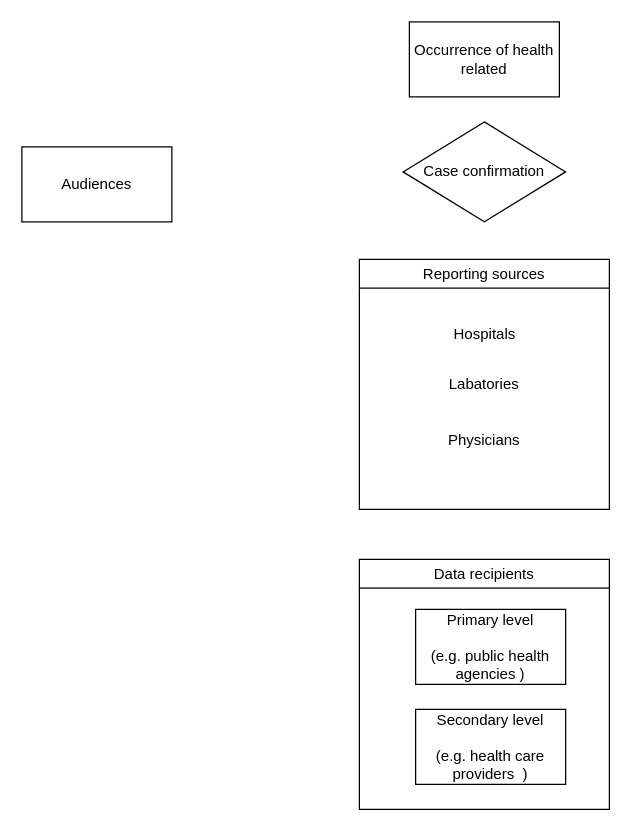
This is Untitled Diagram.drawio from shamarnelson/COMP214O-Project, a draw.io file, before an edit. Source tidied: cells renumbered, new cells numbered last; positions are measured from the earlier drawing's top-left corner, leaving out a move shared by most shapes. Both pictures are drawn from the tidied source at 125%, with x=0, y=0 at pixel (21, 21).
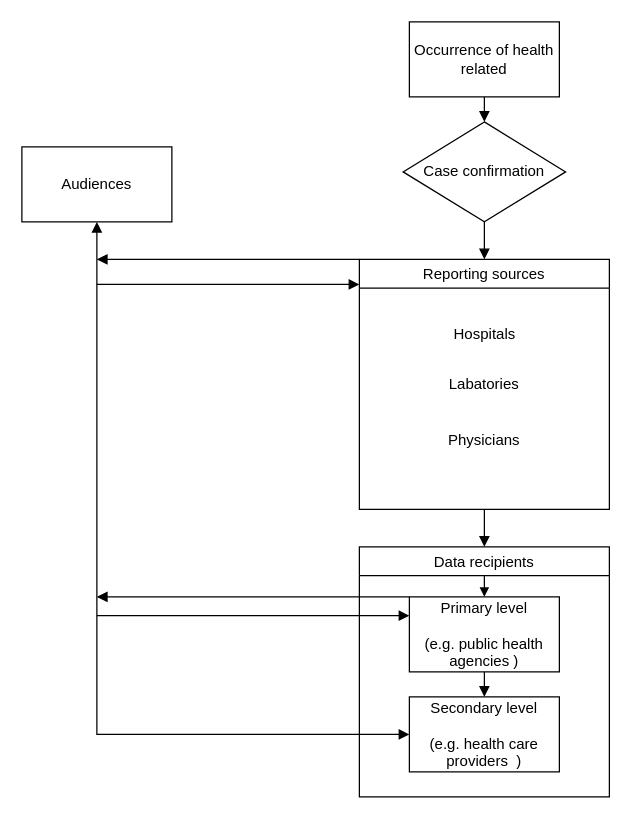
Above is the later version.

Unchanged cells that the change refers to:
```xml
<mxCell id="2" value="Occurrence of health related" style="rounded=0;whiteSpace=wrap;html=1;" parent="1" vertex="1">
  <mxGeometry x="310" width="120" height="60" as="geometry" />
</mxCell>
<mxCell id="6" value="Audiences" style="rounded=0;whiteSpace=wrap;html=1;" parent="1" vertex="1">
  <mxGeometry y="100" width="120" height="60" as="geometry" />
</mxCell>
<mxCell id="7" value="Case confirmation" style="rhombus;whiteSpace=wrap;html=1;" parent="1" vertex="1">
  <mxGeometry x="305" y="80" width="130" height="80" as="geometry" />
</mxCell>
<mxCell id="8" value="Reporting sources" style="swimlane;fontStyle=0;" parent="1" vertex="1">
  <mxGeometry x="270" y="190" width="200" height="200" as="geometry" />
</mxCell>
```

What changed in the source:
```diff
@@
     <mxCell id="3" value="Data recipients" style="swimlane;fontStyle=0;" parent="1" vertex="1">
-      <mxGeometry x="270" y="430" width="200" height="200" as="geometry" />
+      <mxGeometry x="270" y="420" width="200" height="200" as="geometry" />
     </mxCell>
     <mxCell id="4" value="Primary level&lt;br&gt;&lt;br&gt;(e.g. public health agencies )" style="rounded=0;whiteSpace=wrap;html=1;" parent="3" vertex="1">
-      <mxGeometry x="45" y="40" width="120" height="60" as="geometry" />
+      <mxGeometry x="40" y="40" width="120" height="60" as="geometry" />
     </mxCell>
     <mxCell id="5" value="Secondary level&lt;br&gt;&lt;br&gt;(e.g. health care providers &amp;nbsp;)" style="rounded=0;whiteSpace=wrap;html=1;" parent="3" vertex="1">
-      <mxGeometry x="45" y="120" width="120" height="60" as="geometry" />
+      <mxGeometry x="40" y="120" width="120" height="60" as="geometry" />
     </mxCell>
+    <mxCell id="12" style="html=1;verticalAlign=bottom;endArrow=block;rounded=0;entryX=0.5;entryY=0;entryDx=0;entryDy=0;spacing=2;endSize=5;startSize=0;targetPerimeterSpacing=0;sourcePerimeterSpacing=0;" parent="3" edge="1" target="4">
+      <mxGeometry relative="1" as="geometry">
+        <mxPoint x="100" y="23" as="sourcePoint" />
+      </mxGeometry>
+    </mxCell>
+    <mxCell id="13" style="html=1;verticalAlign=bottom;endArrow=block;rounded=0;exitX=0.5;exitY=1;exitDx=0;exitDy=0;entryX=0.5;entryY=0;entryDx=0;entryDy=0;" parent="3" edge="1" source="4" target="5">
+      <mxGeometry relative="1" as="geometry" />
+    </mxCell>
@@
+    <mxCell id="14" style="html=1;verticalAlign=bottom;endArrow=block;rounded=0;exitX=0.5;exitY=1;exitDx=0;exitDy=0;" parent="1" edge="1" source="7">
+      <mxGeometry relative="1" as="geometry">
+        <mxPoint x="370" y="190" as="targetPoint" />
+      </mxGeometry>
+    </mxCell>
+    <mxCell id="15" style="html=1;verticalAlign=bottom;endArrow=block;rounded=0;exitX=0.5;exitY=1;exitDx=0;exitDy=0;" parent="1" edge="1" source="2">
+      <mxGeometry relative="1" as="geometry">
+        <mxPoint x="370" y="80" as="targetPoint" />
+      </mxGeometry>
+    </mxCell>
+    <mxCell id="16" style="html=1;verticalAlign=bottom;endArrow=block;rounded=0;exitX=0.5;exitY=1;exitDx=0;exitDy=0;entryX=0.5;entryY=0;entryDx=0;entryDy=0;" parent="1" edge="1" source="8" target="3">
+      <mxGeometry relative="1" as="geometry" />
+    </mxCell>
+    <mxCell id="17" style="endArrow=block;startArrow=block;endFill=1;startFill=1;html=1;rounded=0;exitX=0.5;exitY=1;exitDx=0;exitDy=0;entryX=0;entryY=0.5;entryDx=0;entryDy=0;" parent="1" edge="1" source="6" target="5">
+      <mxGeometry relative="1" as="geometry">
+        <Array as="points">
+          <mxPoint x="60" y="570" />
+        </Array>
+      </mxGeometry>
+    </mxCell>
+    <mxCell id="18" style="html=1;verticalAlign=bottom;endArrow=block;rounded=0;exitX=0;exitY=0;exitDx=0;exitDy=0;" parent="1" edge="1" source="8">
+      <mxGeometry relative="1" as="geometry">
+        <mxPoint x="60" y="190" as="targetPoint" />
+      </mxGeometry>
+    </mxCell>
+    <mxCell id="19" style="html=1;verticalAlign=bottom;endArrow=block;rounded=0;" parent="1" edge="1">
+      <mxGeometry relative="1" as="geometry">
+        <mxPoint x="60" y="210" as="sourcePoint" />
+        <mxPoint x="270" y="210" as="targetPoint" />
+      </mxGeometry>
+    </mxCell>
+    <mxCell id="20" style="html=1;verticalAlign=bottom;endArrow=block;rounded=0;exitX=0;exitY=0;exitDx=0;exitDy=0;" parent="1" edge="1" source="4">
+      <mxGeometry relative="1" as="geometry">
+        <mxPoint x="60" y="460" as="targetPoint" />
+      </mxGeometry>
+    </mxCell>
+    <mxCell id="21" style="html=1;verticalAlign=bottom;endArrow=block;rounded=0;entryX=0;entryY=0.25;entryDx=0;entryDy=0;" parent="1" edge="1" target="4">
+      <mxGeometry relative="1" as="geometry">
+        <mxPoint x="60" y="475" as="sourcePoint" />
+      </mxGeometry>
+    </mxCell>
```
